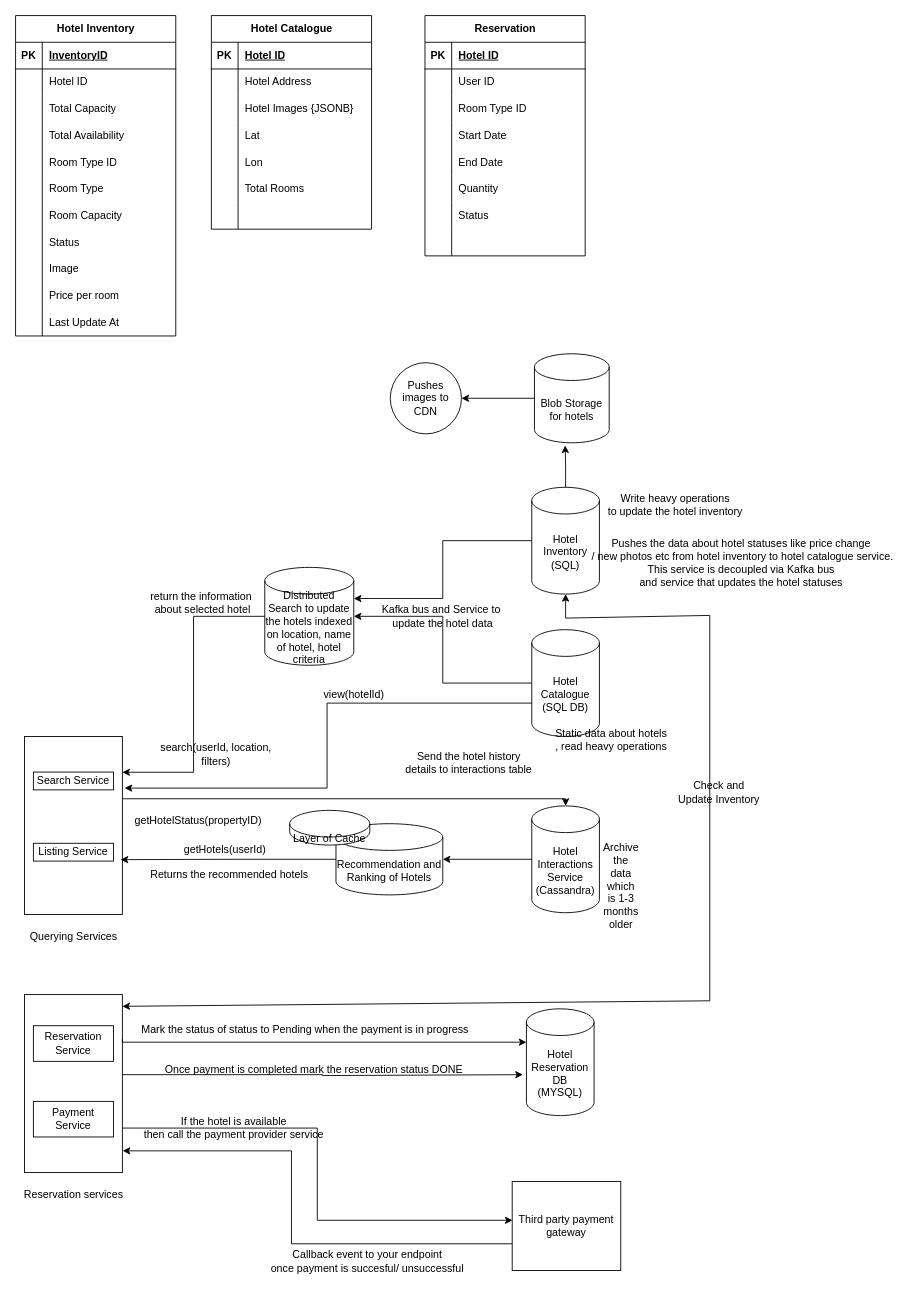
anshul1790/system-design-playground keeps this draw.io diagram as HotelManagementSystem.drawio. Above is the earlier version. Source tidied: cells renumbered, new cells numbered last; positions are measured from the earlier drawing's top-left corner, leaving out a move shared by most shapes. Both pictures are drawn from the tidied source at 89%, with x=0, y=0 at pixel (15, 15).
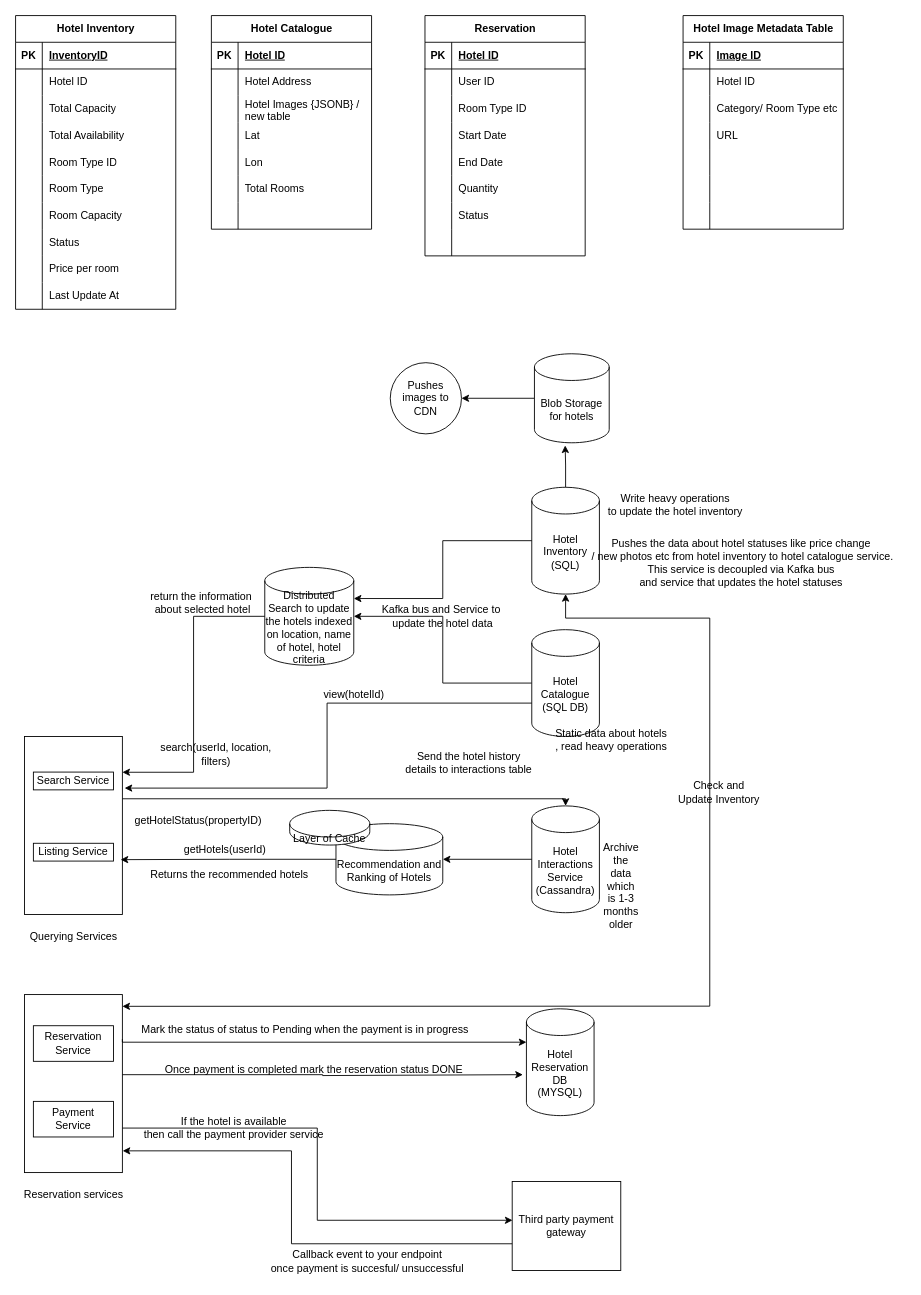
The same page after the edit.

Unchanged cells that the change refers to:
```xml
<mxCell id="5" value="Hotel Inventory&lt;div&gt;(SQL)&lt;/div&gt;" style="shape=cylinder3;whiteSpace=wrap;html=1;boundedLbl=1;backgroundOutline=1;size=15;" parent="1" vertex="1">
  <mxGeometry x="580" y="530" width="76" height="120" as="geometry" />
</mxCell>
<mxCell id="66" style="shape=tableRow;horizontal=0;startSize=0;swimlaneHead=0;swimlaneBody=0;fillColor=none;top=0;left=0;right=0;bottom=0;" parent="59" vertex="1">
  <mxGeometry y="90" width="180" height="30" as="geometry" />
</mxCell>
<mxCell id="109" style="rounded=0;whiteSpace=wrap;html=1;" parent="1" vertex="1">
  <mxGeometry x="10" y="1100" width="110" height="200" as="geometry" />
</mxCell>
```

What changed in the source:
```diff
@@
     <mxCell id="25" value="Hotel Inventory" style="shape=table;startSize=30;childLayout=tableLayout;rowLines=0;fontStyle=1;align=center;html=1;" parent="1" vertex="1">
-      <mxGeometry width="180" height="360" as="geometry" />
+      <mxGeometry width="180" height="330" as="geometry" />
     </mxCell>
@@
-    <mxCell id="50" style="shape=tableRow;horizontal=0;startSize=0;swimlaneHead=0;swimlaneBody=0;fillColor=none;top=0;left=0;right=0;bottom=0;" parent="25" vertex="1">
-      <mxGeometry y="270" width="180" height="30" as="geometry" />
-    </mxCell>
-    <mxCell id="51" style="shape=partialRectangle;fillColor=none;top=0;left=0;bottom=0;right=0;overflow=hidden;whiteSpace=wrap;html=1;" parent="50" vertex="1">
-      <mxGeometry width="30" height="30" as="geometry" />
-    </mxCell>
-    <mxCell id="52" value="Image" style="shape=partialRectangle;fillColor=none;top=0;left=0;bottom=0;right=0;align=left;spacingLeft=6;overflow=hidden;whiteSpace=wrap;html=1;" parent="50" vertex="1">
-      <mxGeometry x="30" width="150" height="30" as="geometry" />
-    </mxCell>
     <mxCell id="53" style="shape=tableRow;horizontal=0;startSize=0;swimlaneHead=0;swimlaneBody=0;fillColor=none;top=0;left=0;right=0;bottom=0;" parent="25" vertex="1">
-      <mxGeometry y="300" width="180" height="30" as="geometry" />
+      <mxGeometry y="270" width="180" height="30" as="geometry" />
     </mxCell>
@@
     <mxCell id="56" style="shape=tableRow;horizontal=0;startSize=0;swimlaneHead=0;swimlaneBody=0;fillColor=none;top=0;left=0;right=0;bottom=0;" parent="25" vertex="1">
-      <mxGeometry y="330" width="180" height="30" as="geometry" />
+      <mxGeometry y="300" width="180" height="30" as="geometry" />
     </mxCell>
@@
-    <mxCell id="68" value="Hotel Images {JSONB}" style="shape=partialRectangle;fillColor=none;top=0;left=0;bottom=0;right=0;align=left;spacingLeft=6;overflow=hidden;whiteSpace=wrap;html=1;" parent="66" vertex="1">
+    <mxCell id="68" value="Hotel Images {JSONB} / new table" style="shape=partialRectangle;fillColor=none;top=0;left=0;bottom=0;right=0;align=left;spacingLeft=6;overflow=hidden;whiteSpace=wrap;html=1;" parent="66" vertex="1">
       <mxGeometry x="30" width="150" height="30" as="geometry" />
     </mxCell>
@@
     <mxCell id="131" style="endArrow=classic;startArrow=classic;html=1;rounded=0;exitX=1;exitY=0.066;exitDx=0;exitDy=0;exitPerimeter=0;entryX=0.5;entryY=1;entryDx=0;entryDy=0;entryPerimeter=0;" parent="1" edge="1" source="109" target="5">
       <mxGeometry relative="1" as="geometry">
         <Array as="points">
-          <mxPoint x="780" y="1107" />
-          <mxPoint x="780" y="674" />
+          <mxPoint x="780" y="1113" />
+          <mxPoint x="780" y="677" />
           <mxPoint x="618" y="677" />
         </Array>
       </mxGeometry>
     </mxCell>
+    <mxCell id="132" value="Hotel Image Metadata Table" style="shape=table;startSize=30;childLayout=tableLayout;rowLines=0;fontStyle=1;align=center;html=1;" parent="1" vertex="1">
+      <mxGeometry x="750" width="180" height="240" as="geometry" />
+    </mxCell>
+    <mxCell id="133" style="shape=tableRow;horizontal=0;startSize=0;swimlaneHead=0;swimlaneBody=0;fillColor=none;top=0;left=0;right=0;bottom=1;" parent="132" vertex="1">
+      <mxGeometry y="30" width="180" height="30" as="geometry" />
+    </mxCell>
+    <mxCell id="134" value="PK" style="shape=partialRectangle;fillColor=none;top=0;left=0;bottom=0;right=0;fontStyle=1;overflow=hidden;whiteSpace=wrap;html=1;" parent="133" vertex="1">
+      <mxGeometry width="30" height="30" as="geometry" />
+    </mxCell>
+    <mxCell id="135" value="Image ID" style="shape=partialRectangle;fillColor=none;top=0;left=0;bottom=0;right=0;align=left;spacingLeft=6;fontStyle=5;overflow=hidden;whiteSpace=wrap;html=1;" parent="133" vertex="1">
+      <mxGeometry x="30" width="150" height="30" as="geometry" />
+    </mxCell>
+    <mxCell id="136" style="shape=tableRow;horizontal=0;startSize=0;swimlaneHead=0;swimlaneBody=0;fillColor=none;top=0;left=0;right=0;bottom=0;" parent="132" vertex="1">
+      <mxGeometry y="60" width="180" height="30" as="geometry" />
+    </mxCell>
+    <mxCell id="137" style="shape=partialRectangle;fillColor=none;top=0;left=0;bottom=0;right=0;overflow=hidden;whiteSpace=wrap;html=1;" parent="136" vertex="1">
+      <mxGeometry width="30" height="30" as="geometry" />
+    </mxCell>
+    <mxCell id="138" value="Hotel ID" style="shape=partialRectangle;fillColor=none;top=0;left=0;bottom=0;right=0;align=left;spacingLeft=6;overflow=hidden;whiteSpace=wrap;html=1;" parent="136" vertex="1">
+      <mxGeometry x="30" width="150" height="30" as="geometry" />
+    </mxCell>
+    <mxCell id="139" style="shape=tableRow;horizontal=0;startSize=0;swimlaneHead=0;swimlaneBody=0;fillColor=none;top=0;left=0;right=0;bottom=0;" parent="132" vertex="1">
+      <mxGeometry y="90" width="180" height="30" as="geometry" />
+    </mxCell>
+    <mxCell id="140" style="shape=partialRectangle;fillColor=none;top=0;left=0;bottom=0;right=0;overflow=hidden;whiteSpace=wrap;html=1;" parent="139" vertex="1">
+      <mxGeometry width="30" height="30" as="geometry" />
+    </mxCell>
+    <mxCell id="141" value="Category/ Room Type etc" style="shape=partialRectangle;fillColor=none;top=0;left=0;bottom=0;right=0;align=left;spacingLeft=6;overflow=hidden;whiteSpace=wrap;html=1;" parent="139" vertex="1">
+      <mxGeometry x="30" width="150" height="30" as="geometry" />
+    </mxCell>
+    <mxCell id="142" style="shape=tableRow;horizontal=0;startSize=0;swimlaneHead=0;swimlaneBody=0;fillColor=none;top=0;left=0;right=0;bottom=0;" parent="132" vertex="1">
+      <mxGeometry y="120" width="180" height="30" as="geometry" />
+    </mxCell>
+    <mxCell id="143" style="shape=partialRectangle;fillColor=none;top=0;left=0;bottom=0;right=0;overflow=hidden;whiteSpace=wrap;html=1;" parent="142" vertex="1">
+      <mxGeometry width="30" height="30" as="geometry" />
+    </mxCell>
+    <mxCell id="144" value="URL" style="shape=partialRectangle;fillColor=none;top=0;left=0;bottom=0;right=0;align=left;spacingLeft=6;overflow=hidden;whiteSpace=wrap;html=1;" parent="142" vertex="1">
+      <mxGeometry x="30" width="150" height="30" as="geometry" />
+    </mxCell>
+    <mxCell id="145" style="shape=tableRow;horizontal=0;startSize=0;swimlaneHead=0;swimlaneBody=0;fillColor=none;top=0;left=0;right=0;bottom=0;" parent="132" vertex="1">
+      <mxGeometry y="150" width="180" height="30" as="geometry" />
+    </mxCell>
+    <mxCell id="146" style="shape=partialRectangle;fillColor=none;top=0;left=0;bottom=0;right=0;overflow=hidden;whiteSpace=wrap;html=1;" parent="145" vertex="1">
+      <mxGeometry width="30" height="30" as="geometry" />
+    </mxCell>
+    <mxCell id="147" style="shape=partialRectangle;fillColor=none;top=0;left=0;bottom=0;right=0;align=left;spacingLeft=6;overflow=hidden;whiteSpace=wrap;html=1;" parent="145" vertex="1">
+      <mxGeometry x="30" width="150" height="30" as="geometry" />
+    </mxCell>
+    <mxCell id="148" style="shape=tableRow;horizontal=0;startSize=0;swimlaneHead=0;swimlaneBody=0;fillColor=none;top=0;left=0;right=0;bottom=0;" parent="132" vertex="1">
+      <mxGeometry y="180" width="180" height="30" as="geometry" />
+    </mxCell>
+    <mxCell id="149" style="shape=partialRectangle;fillColor=none;top=0;left=0;bottom=0;right=0;overflow=hidden;whiteSpace=wrap;html=1;" parent="148" vertex="1">
+      <mxGeometry width="30" height="30" as="geometry" />
+    </mxCell>
+    <mxCell id="150" style="shape=partialRectangle;fillColor=none;top=0;left=0;bottom=0;right=0;align=left;spacingLeft=6;overflow=hidden;whiteSpace=wrap;html=1;" parent="148" vertex="1">
+      <mxGeometry x="30" width="150" height="30" as="geometry" />
+    </mxCell>
+    <mxCell id="151" style="shape=tableRow;horizontal=0;startSize=0;swimlaneHead=0;swimlaneBody=0;fillColor=none;top=0;left=0;right=0;bottom=0;" parent="132" vertex="1">
+      <mxGeometry y="210" width="180" height="30" as="geometry" />
+    </mxCell>
+    <mxCell id="152" style="shape=partialRectangle;fillColor=none;top=0;left=0;bottom=0;right=0;overflow=hidden;whiteSpace=wrap;html=1;" parent="151" vertex="1">
+      <mxGeometry width="30" height="30" as="geometry" />
+    </mxCell>
+    <mxCell id="153" style="shape=partialRectangle;fillColor=none;top=0;left=0;bottom=0;right=0;align=left;spacingLeft=6;overflow=hidden;whiteSpace=wrap;html=1;" parent="151" vertex="1">
+      <mxGeometry x="30" width="150" height="30" as="geometry" />
+    </mxCell>
```
